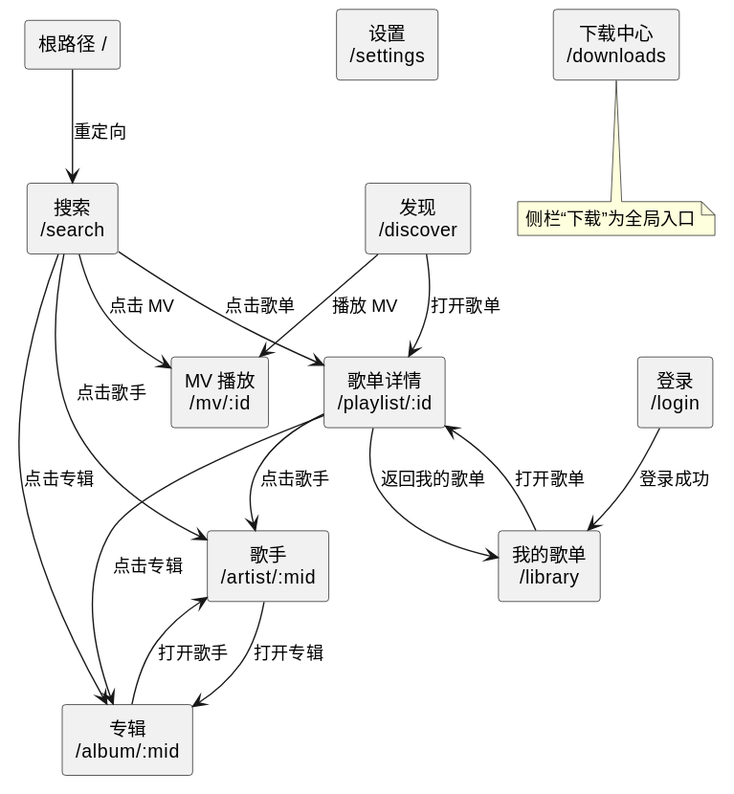
54m43lJ/LycheePlayer keeps this PlantUML diagram as diagram/page-url-architecture.svg. Above is the earlier version. The source it was exported from:
```plantuml
@startuml
skinparam componentStyle rectangle
skinparam defaultTextAlignment center
skinparam shadowing false

[根路径 /] as ROOT
[搜索\n/search] as SEARCH
[发现\n/discover] as DISCOVER
[我的歌单\n/library] as LIBRARY
[歌单详情\n/playlist/:id] as PLAYLIST
[MV 播放\n/mv/:id] as MV
[歌手\n/artist/:mid] as ARTIST
[专辑\n/album/:mid] as ALBUM
[登录\n/login] as LOGIN
[设置\n/settings] as SETTINGS
[下载中心\n/downloads] as DOWNLOADS

ROOT --> SEARCH : 重定向
SEARCH --> PLAYLIST : 点击歌单
SEARCH --> MV : 点击 MV
SEARCH --> ARTIST : 点击歌手
SEARCH --> ALBUM : 点击专辑
DISCOVER --> PLAYLIST : 打开歌单
DISCOVER --> MV : 播放 MV
LIBRARY --> PLAYLIST : 打开歌单
PLAYLIST --> ARTIST : 点击歌手
PLAYLIST --> ALBUM : 点击专辑
PLAYLIST --> LIBRARY : 返回我的歌单
LOGIN --> LIBRARY : 登录成功
ARTIST --> ALBUM : 打开专辑
ALBUM --> ARTIST : 打开歌手

note bottom of DOWNLOADS
  侧栏“下载”为全局入口
end note
@enduml
```
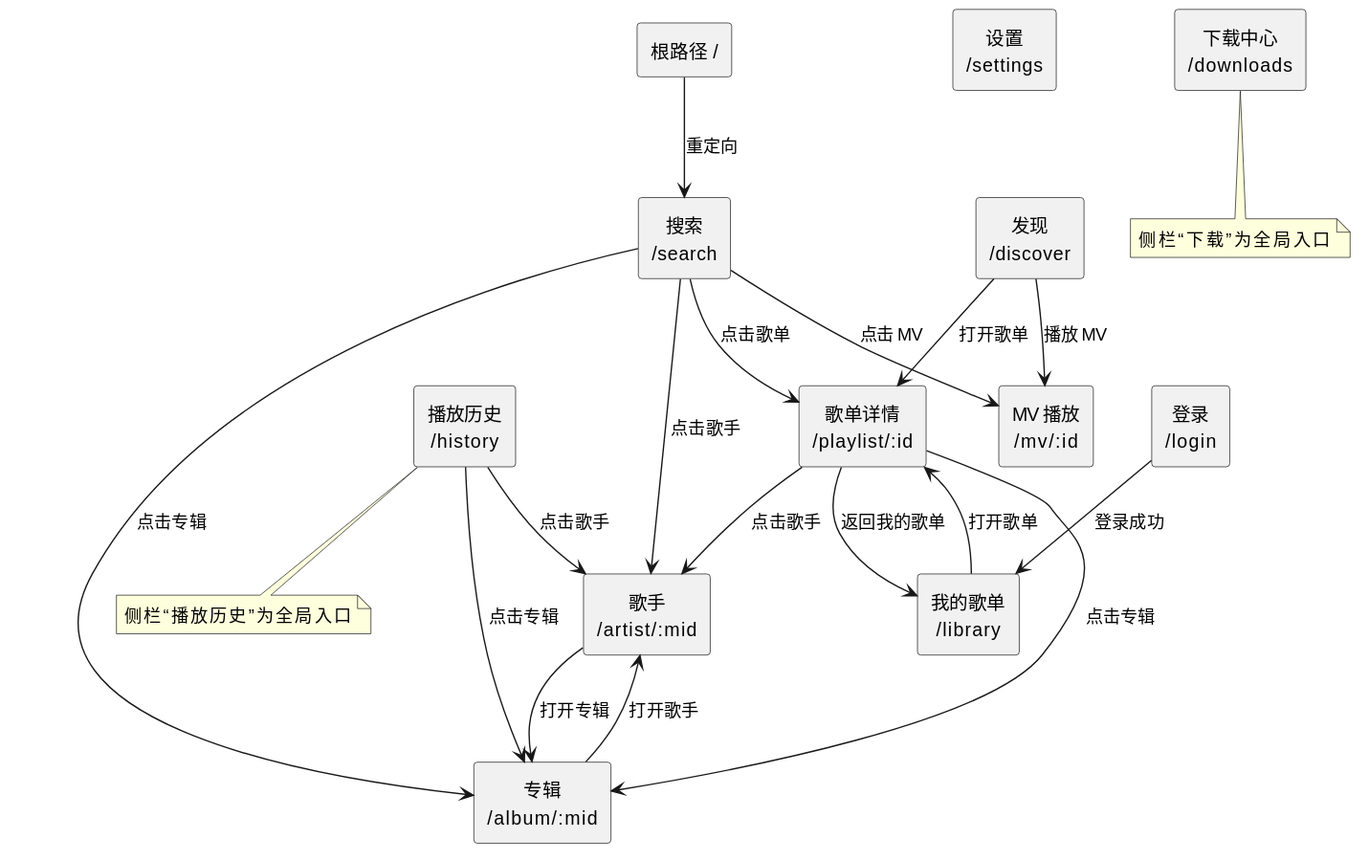
Above is the later version.

The edit, as a diff of the source:
```diff
@@ -14,6 +14,7 @@
 [登录\n/login] as LOGIN
 [设置\n/settings] as SETTINGS
 [下载中心\n/downloads] as DOWNLOADS
+[播放历史\n/history] as HISTORY
 
 ROOT --> SEARCH : 重定向
 SEARCH --> PLAYLIST : 点击歌单
@@ -29,8 +30,14 @@
 LOGIN --> LIBRARY : 登录成功
 ARTIST --> ALBUM : 打开专辑
 ALBUM --> ARTIST : 打开歌手
+HISTORY --> ARTIST : 点击歌手
+HISTORY --> ALBUM : 点击专辑
 
 note bottom of DOWNLOADS
   侧栏“下载”为全局入口
 end note
+
+note bottom of HISTORY
+  侧栏“播放历史”为全局入口
+end note
 @enduml
```
